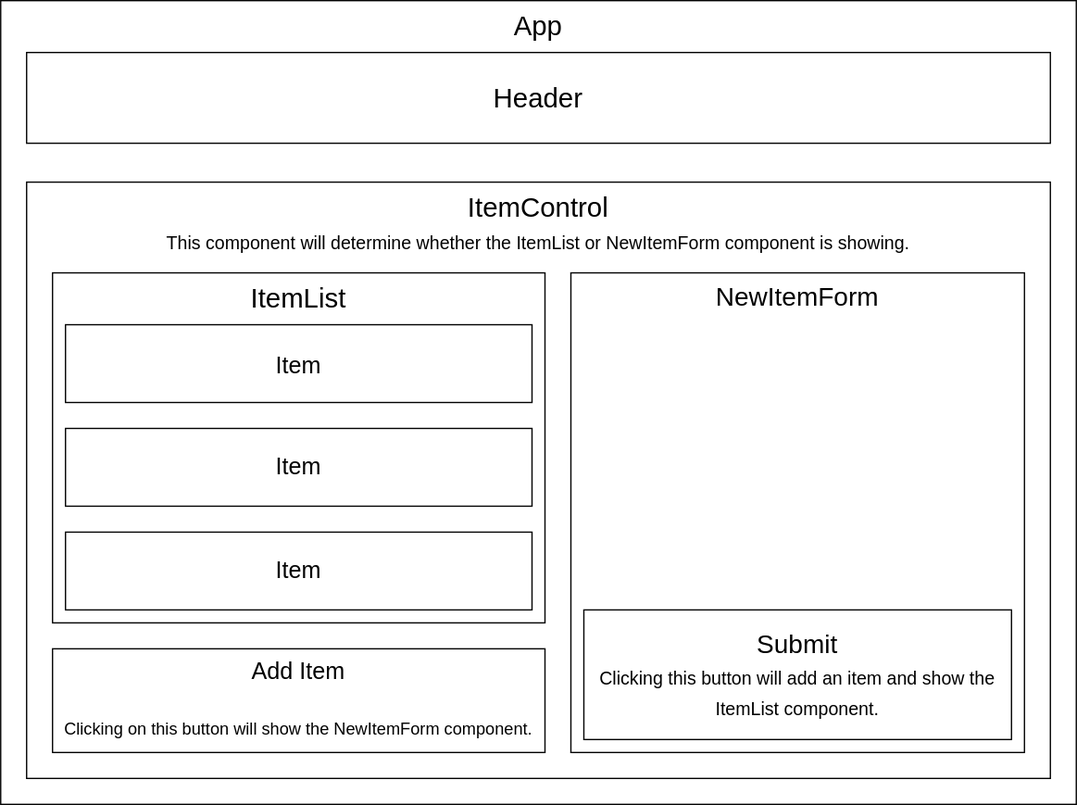
besure94/merch-site keeps this draw.io diagram as Merch_Site_Diagram.drawio.svg. Above is the earlier version. Source tidied: cells renumbered, new cells last; positions are measured from the earlier drawing's top-left corner, leaving out a move shared by most shapes.
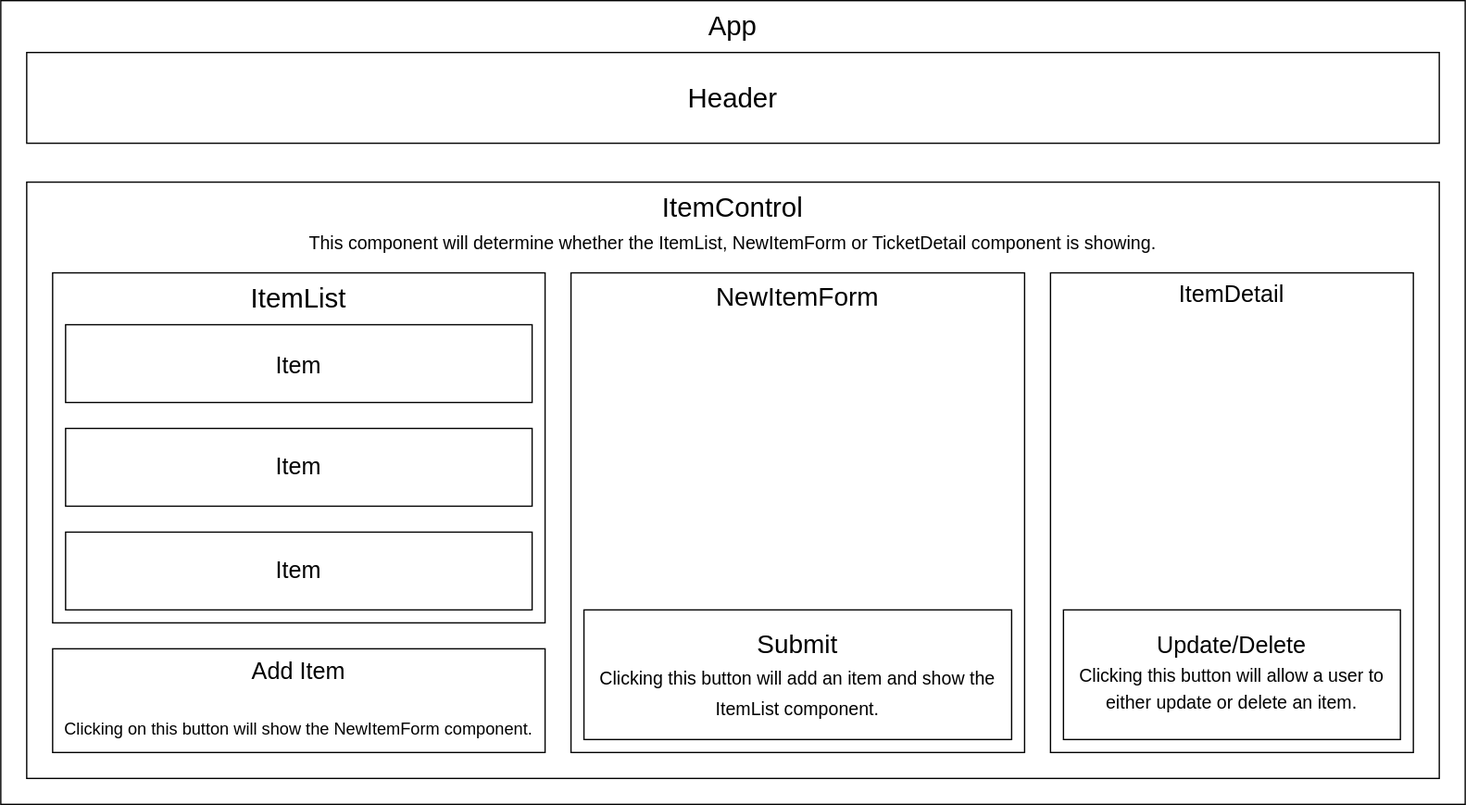
Later version of the same file.

Commit message:
Workin-progress commit for adding Read functionality for an Item's details.

The edit, as a diff of the source:
```diff
@@ -3,13 +3,13 @@
     <mxCell id="0" />
     <mxCell id="1" parent="0" />
     <mxCell id="2" value="&lt;font style=&quot;font-size: 21px;&quot;&gt;App&lt;/font&gt;" style="rounded=0;whiteSpace=wrap;html=1;verticalAlign=top;" parent="1" vertex="1">
-      <mxGeometry width="830" height="620" as="geometry" />
+      <mxGeometry width="1130" height="620" as="geometry" />
     </mxCell>
     <mxCell id="3" value="Header" style="rounded=0;whiteSpace=wrap;html=1;fontSize=21;" parent="1" vertex="1">
-      <mxGeometry x="20" y="40" width="790" height="70" as="geometry" />
+      <mxGeometry x="20" y="40" width="1090" height="70" as="geometry" />
     </mxCell>
-    <mxCell id="4" value="ItemControl&lt;br&gt;&lt;font style=&quot;font-size: 14px;&quot;&gt;This component will determine whether the ItemList or NewItemForm component is showing.&lt;/font&gt;" style="rounded=0;whiteSpace=wrap;html=1;fontSize=21;verticalAlign=top;" parent="1" vertex="1">
-      <mxGeometry x="20" y="140" width="790" height="460" as="geometry" />
+    <mxCell id="4" value="ItemControl&lt;br&gt;&lt;font style=&quot;font-size: 14px;&quot;&gt;This component will determine whether the ItemList, NewItemForm or TicketDetail component is showing.&lt;/font&gt;" style="rounded=0;whiteSpace=wrap;html=1;fontSize=21;verticalAlign=top;" parent="1" vertex="1">
+      <mxGeometry x="20" y="140" width="1090" height="460" as="geometry" />
     </mxCell>
     <mxCell id="5" value="&lt;font style=&quot;font-size: 21px;&quot;&gt;ItemList&lt;/font&gt;" style="rounded=0;whiteSpace=wrap;html=1;fontSize=14;verticalAlign=top;" parent="1" vertex="1">
       <mxGeometry x="40" y="210" width="380" height="270" as="geometry" />
@@ -32,5 +32,11 @@
     <mxCell id="11" value="Submit&lt;br&gt;&lt;font style=&quot;font-size: 14px;&quot;&gt;Clicking this button will add an item and show the ItemList component.&lt;/font&gt;" style="rounded=0;whiteSpace=wrap;html=1;fontSize=20;" parent="1" vertex="1">
       <mxGeometry x="450" y="470" width="330" height="100" as="geometry" />
     </mxCell>
+    <mxCell id="12" value="&lt;font style=&quot;font-size: 18px;&quot;&gt;ItemDetail&lt;/font&gt;" style="rounded=0;whiteSpace=wrap;html=1;verticalAlign=top;" parent="1" vertex="1">
+      <mxGeometry x="810" y="210" width="280" height="370" as="geometry" />
+    </mxCell>
+    <mxCell id="13" value="Update/Delete&lt;br&gt;&lt;font style=&quot;font-size: 14px;&quot;&gt;Clicking this button will allow a user to either update or delete an item.&lt;/font&gt;" style="rounded=0;whiteSpace=wrap;html=1;fontSize=18;" parent="1" vertex="1">
+      <mxGeometry x="820" y="470" width="260" height="100" as="geometry" />
+    </mxCell>
   </root>
 </mxGraphModel>
```
